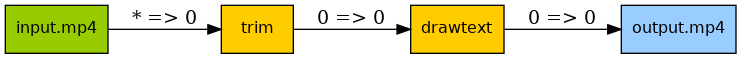
This is docs/usage/Digraph.gv.png from livingbio/typed-ffmpeg, a Graphviz export, as it was before one commit. Its source is kept beside it as docs/usage/Digraph.gv.
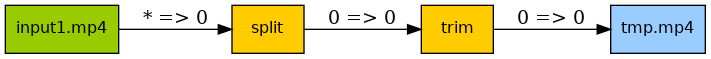
After the change.

The edit, as a diff of the source:
```diff
@@ -2,11 +2,11 @@
 	rankdir=LR
 	fontname=Helvetica
 	fontsize=12
-	"26e08007e96b0500" [label="input.mp4" fillcolor="#99cc00" fontname=Helvetica fontsize=12 shape=box style=filled]
-	fa972b1371ee42 [label=trim fillcolor="#ffcc00" fontname=Helvetica fontsize=12 shape=box style=filled]
-	"5743b0bcdcc2315" [label=drawtext fillcolor="#ffcc00" fontname=Helvetica fontsize=12 shape=box style=filled]
-	"27ddb9a484ce2094" [label="output.mp4" fillcolor="#99ccff" fontname=Helvetica fontsize=12 shape=box style=filled]
-	"26e08007e96b0500" -> fa972b1371ee42 [label="* => 0"]
-	fa972b1371ee42 -> "5743b0bcdcc2315" [label="0 => 0"]
-	"5743b0bcdcc2315" -> "27ddb9a484ce2094" [label="0 => 0"]
+	"1dcc16374ae0cb51" [label="input1.mp4" fillcolor="#99cc00" fontname=Helvetica fontsize=12 shape=box style=filled]
+	5224866572894552 [label=split fillcolor="#ffcc00" fontname=Helvetica fontsize=12 shape=box style=filled]
+	"842f5e9cde9c463" [label=trim fillcolor="#ffcc00" fontname=Helvetica fontsize=12 shape=box style=filled]
+	"53dfdefbca6d5c3b" [label="tmp.mp4" fillcolor="#99ccff" fontname=Helvetica fontsize=12 shape=box style=filled]
+	"1dcc16374ae0cb51" -> 5224866572894552 [label="* => 0"]
+	5224866572894552 -> "842f5e9cde9c463" [label="0 => 0"]
+	"842f5e9cde9c463" -> "53dfdefbca6d5c3b" [label="0 => 0"]
 }
```
